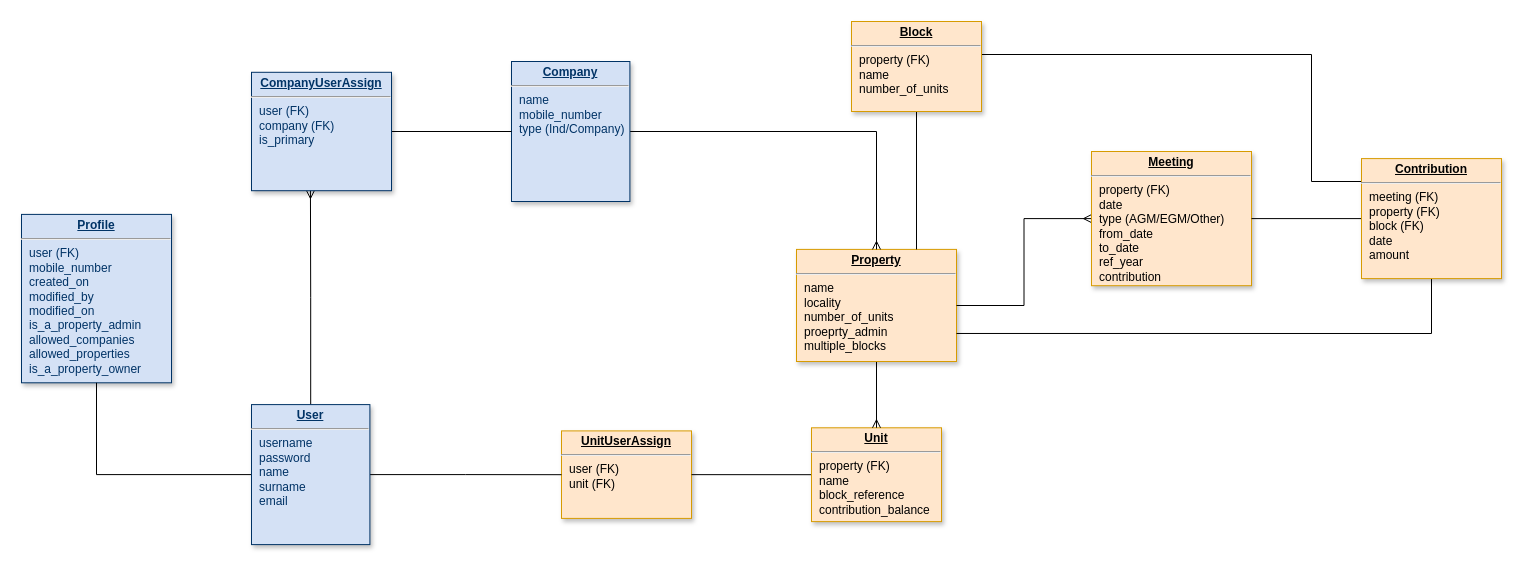
Earlier version of the draw.io diagram Untitled Diagram.drawio (gilubilu/hello-world). Source tidied: cells renumbered, new cells numbered last; positions are measured from the earlier drawing's top-left corner, leaving out a move shared by most shapes. Both pictures are drawn from the tidied source at 100%, with x=0, y=0 at pixel (21, 21).
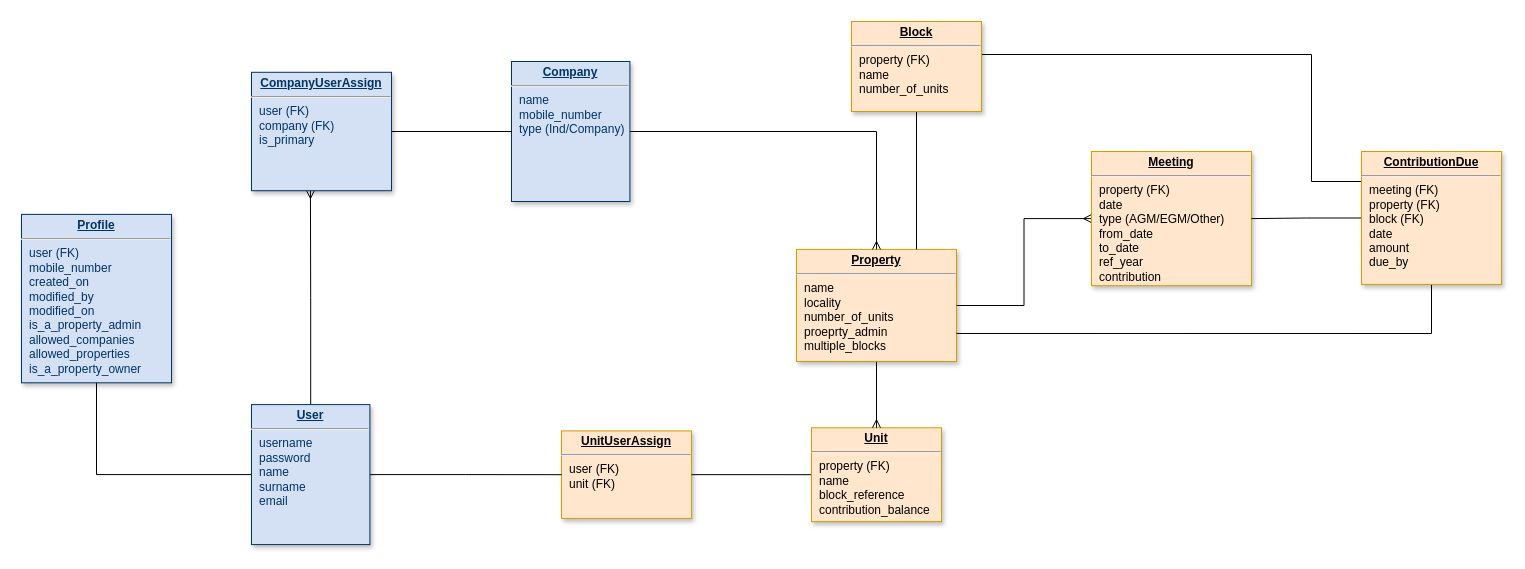
After the change.

Diff of the diagram source:
```diff
@@
-    <mxCell id="21" value="&lt;p style=&quot;margin: 0px ; margin-top: 4px ; text-align: center ; text-decoration: underline&quot;&gt;&lt;strong&gt;Contribution&lt;/strong&gt;&lt;/p&gt;&lt;hr&gt;&lt;p style=&quot;margin: 0px ; margin-left: 8px&quot;&gt;meeting (FK)&lt;/p&gt;&lt;p style=&quot;margin: 0px ; margin-left: 8px&quot;&gt;property (FK)&lt;/p&gt;&lt;p style=&quot;margin: 0px ; margin-left: 8px&quot;&gt;block (FK)&lt;/p&gt;&lt;p style=&quot;margin: 0px ; margin-left: 8px&quot;&gt;date&lt;/p&gt;&lt;p style=&quot;margin: 0px ; margin-left: 8px&quot;&gt;&lt;span&gt;amount&lt;/span&gt;&lt;/p&gt;" style="verticalAlign=top;align=left;overflow=fill;fontSize=12;fontFamily=Helvetica;html=1;strokeColor=#d79b00;shadow=1;fillColor=#ffe6cc;direction=west;" parent="1" vertex="1">
-      <mxGeometry x="1340" y="137.1" width="140" height="120" as="geometry" />
+    <mxCell id="21" value="&lt;p style=&quot;margin: 0px ; margin-top: 4px ; text-align: center ; text-decoration: underline&quot;&gt;&lt;strong&gt;ContributionDue&lt;/strong&gt;&lt;/p&gt;&lt;hr&gt;&lt;p style=&quot;margin: 0px ; margin-left: 8px&quot;&gt;meeting (FK)&lt;/p&gt;&lt;p style=&quot;margin: 0px ; margin-left: 8px&quot;&gt;property (FK)&lt;/p&gt;&lt;p style=&quot;margin: 0px ; margin-left: 8px&quot;&gt;block (FK)&lt;/p&gt;&lt;p style=&quot;margin: 0px ; margin-left: 8px&quot;&gt;date&lt;/p&gt;&lt;p style=&quot;margin: 0px ; margin-left: 8px&quot;&gt;&lt;span&gt;amount&lt;/span&gt;&lt;/p&gt;&lt;p style=&quot;margin: 0px ; margin-left: 8px&quot;&gt;&lt;span&gt;due_by&lt;/span&gt;&lt;/p&gt;" style="verticalAlign=top;align=left;overflow=fill;fontSize=12;fontFamily=Helvetica;html=1;strokeColor=#d79b00;shadow=1;fillColor=#ffe6cc;direction=west;" parent="1" vertex="1">
+      <mxGeometry x="1340" y="130" width="140" height="132.9" as="geometry" />
     </mxCell>
```
